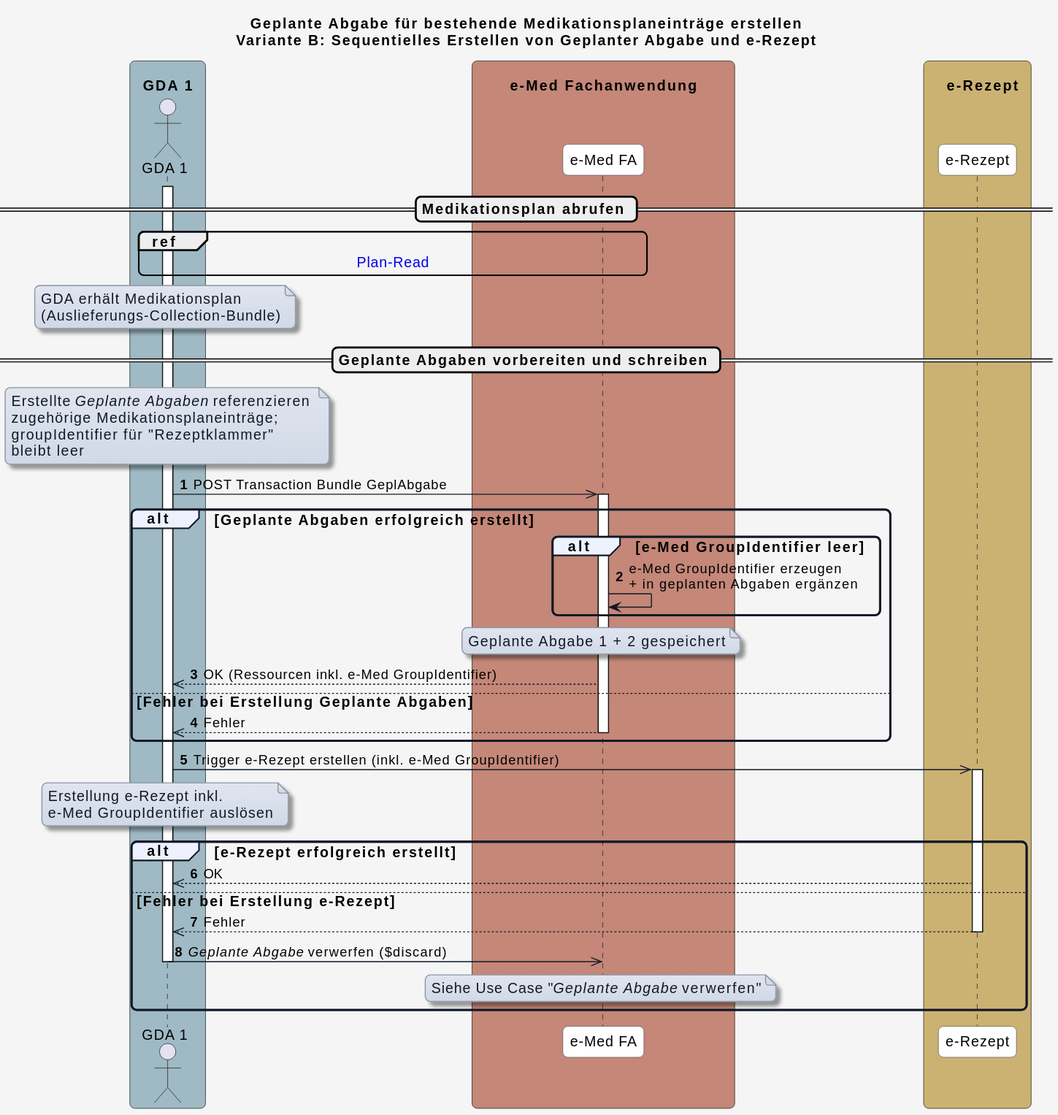
This is input/images/plantuml/UC_eMed_08_01_b.svg from HL7Austria/ELGA-e-Medikation-R4, a PlantUML export, as it was before one commit.
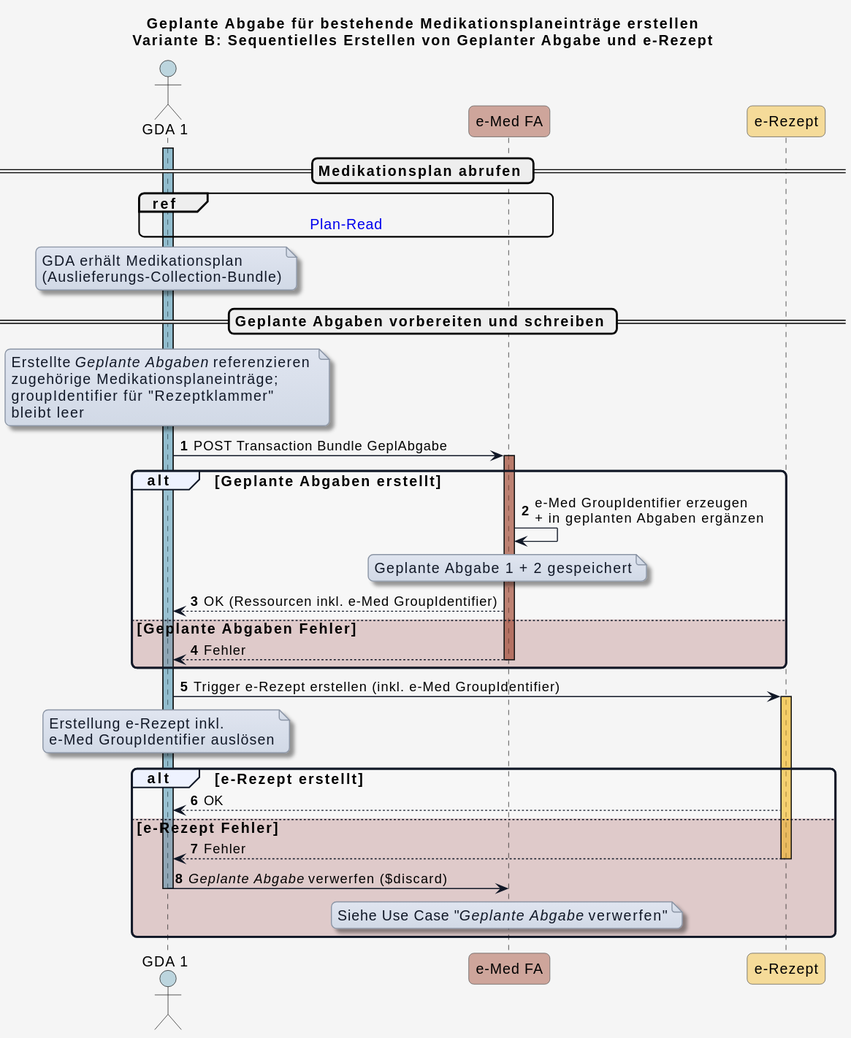
After the commit.

Change to the diagram source:
```diff
@@ -8,6 +8,10 @@
 skinparam defaultFontName "Arial"
 skinparam defaultFontSize 14
 skinparam defaultFontColor #000000
+skinparam HyperlinkColor #0000EE
+skinparam HyperlinkUnderline false
+skinparam BoxPadding 20
+skinparam BoxBorderColor #555555
 
 skinparam note {
   BackgroundColor #e0e5f0-#d1d9e6
@@ -18,9 +22,6 @@
   FontColor #111827
   Shadowing true
 }
-
-skinparam HyperlinkColor #0000EE
-skinparam HyperlinkUnderline false
 
 skinparam sequence {
   ParticipantBorderColor #555555
@@ -37,26 +38,24 @@
   GroupBorderThickness 2
 }
 
-skinparam BoxPadding 20
-skinparam BoxBorderColor #555555
+!define COLOR_GDA_1 #3588a74c
+!define COLOR_GDA_2 #ca89ca5f
+!define COLOR_PATIENT #a2ae6482
+!define COLOR_APO #4fd8d25d
+!define COLOR_EMED_FA #a14c3778
+!define COLOR_E_REZEPT #f5bd2f77
+!define COLOR_OK #ffffff26
+!define COLOR_ERROR #7f151533
 
-box "\n  GDA 1  " #9fbac4
-  actor GDA_1 as "GDA 1"
-end box
-
-box "\n       e-Med Fachanwendung       " #C48778
-  participant eMed_FA as "e-Med FA"
-end box
-
-box "\n    e-Rezept  " #cbb272
-  participant e_Rezept as "e-Rezept"
-end box
+actor GDA_1 as "GDA 1" COLOR_GDA_1
+participant eMed_FA as "e-Med FA" COLOR_EMED_FA
+participant e_Rezept as "e-Rezept" COLOR_E_REZEPT
 
 autonumber
 
 == Medikationsplan abrufen ==
 
-activate GDA_1
+activate GDA_1 COLOR_GDA_1
 ref over GDA_1, eMed_FA : [[interactions.html#sequenzdiagramm-plan-read Plan-Read]]
 
 note over GDA_1
@@ -73,42 +72,40 @@
 bleibt leer
 end note
 
-GDA_1 ->> eMed_FA: POST Transaction Bundle GeplAbgabe
-activate eMed_FA
+GDA_1 -> eMed_FA: POST Transaction Bundle GeplAbgabe
+activate eMed_FA COLOR_EMED_FA
 
-alt Geplante Abgaben erfolgreich erstellt
+alt COLOR_OK Geplante Abgaben erstellt
 
-  alt e-Med GroupIdentifier leer
-    eMed_FA -> eMed_FA: e-Med GroupIdentifier erzeugen\n+ in geplanten Abgaben ergänzen
-  end
+  eMed_FA -> eMed_FA: e-Med GroupIdentifier erzeugen\n+ in geplanten Abgaben ergänzen
 
   note over eMed_FA
   Geplante Abgabe 1 + 2 gespeichert
   end note
 
-  eMed_FA -->> GDA_1: OK (Ressourcen inkl. e-Med GroupIdentifier)
+  eMed_FA --> GDA_1: OK (Ressourcen inkl. e-Med GroupIdentifier)
 
 
-else Fehler bei Erstellung Geplante Abgaben
-  eMed_FA -->> GDA_1: Fehler
+else COLOR_ERROR Geplante Abgaben Fehler
+  eMed_FA --> GDA_1: Fehler
   deactivate eMed_FA
 
 end
 
-GDA_1 ->> e_Rezept: Trigger e-Rezept erstellen (inkl. e-Med GroupIdentifier)
+GDA_1 -> e_Rezept: Trigger e-Rezept erstellen (inkl. e-Med GroupIdentifier)
 note over GDA_1
 Erstellung e-Rezept inkl.
 e-Med GroupIdentifier auslösen
 end note
-activate e_Rezept
+activate e_Rezept COLOR_E_REZEPT
 
-alt e-Rezept erfolgreich erstellt
-  e_Rezept -->> GDA_1: OK
+alt COLOR_OK e-Rezept erstellt
+  e_Rezept --> GDA_1: OK
 
-else Fehler bei Erstellung e-Rezept
-  e_Rezept -->> GDA_1: Fehler
+else COLOR_ERROR e-Rezept Fehler
+  e_Rezept --> GDA_1: Fehler
   deactivate e_Rezept
-  GDA_1 ->> eMed_FA: <i>Geplante Abgabe</i> verwerfen ($discard)
+  GDA_1 -> eMed_FA: <i>Geplante Abgabe</i> verwerfen ($discard)
 
   note over eMed_FA
   Siehe Use Case "<i>Geplante Abgabe</i> verwerfen"
```
